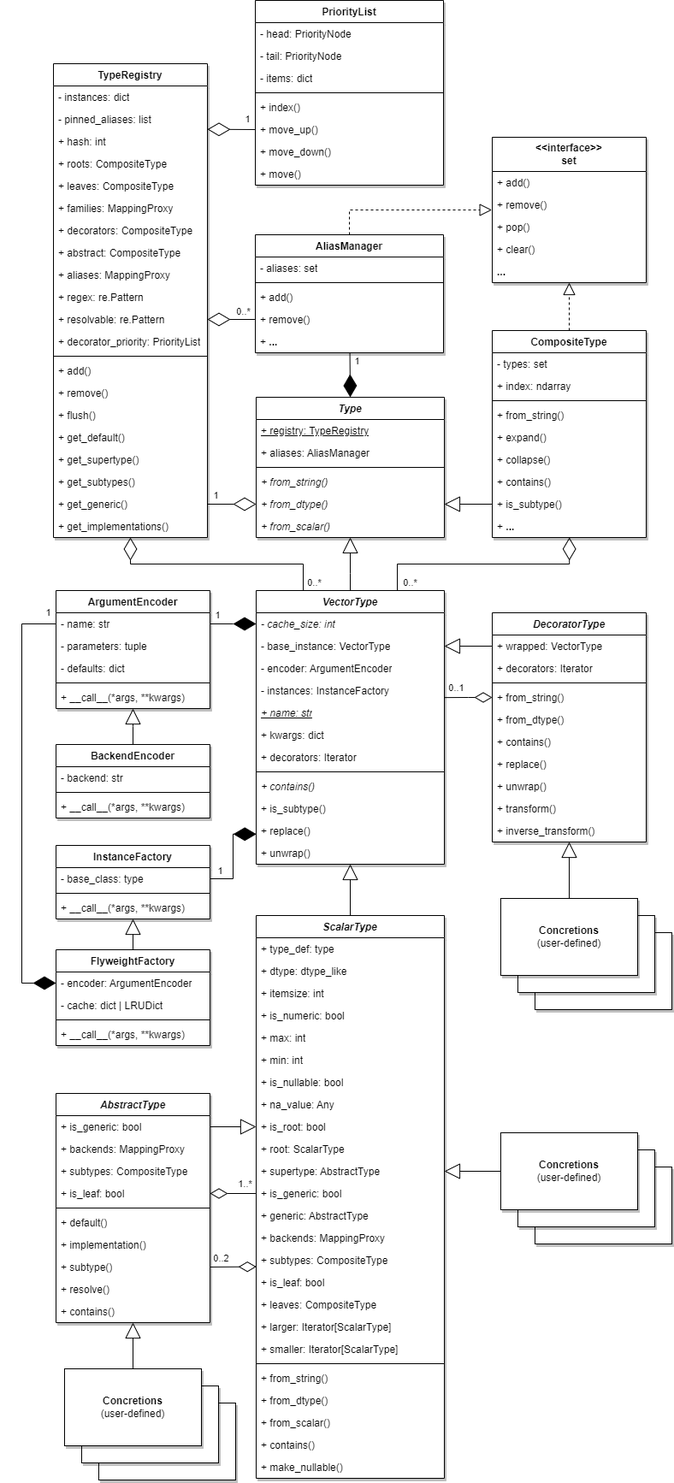
The draw.io diagram docs/source/images/types/Types_UML.png in eerkela/bertrand, before a commit. Source tidied: cells renumbered, new cells last; positions are measured from the earlier drawing's top-left corner, leaving out a move shared by most shapes.
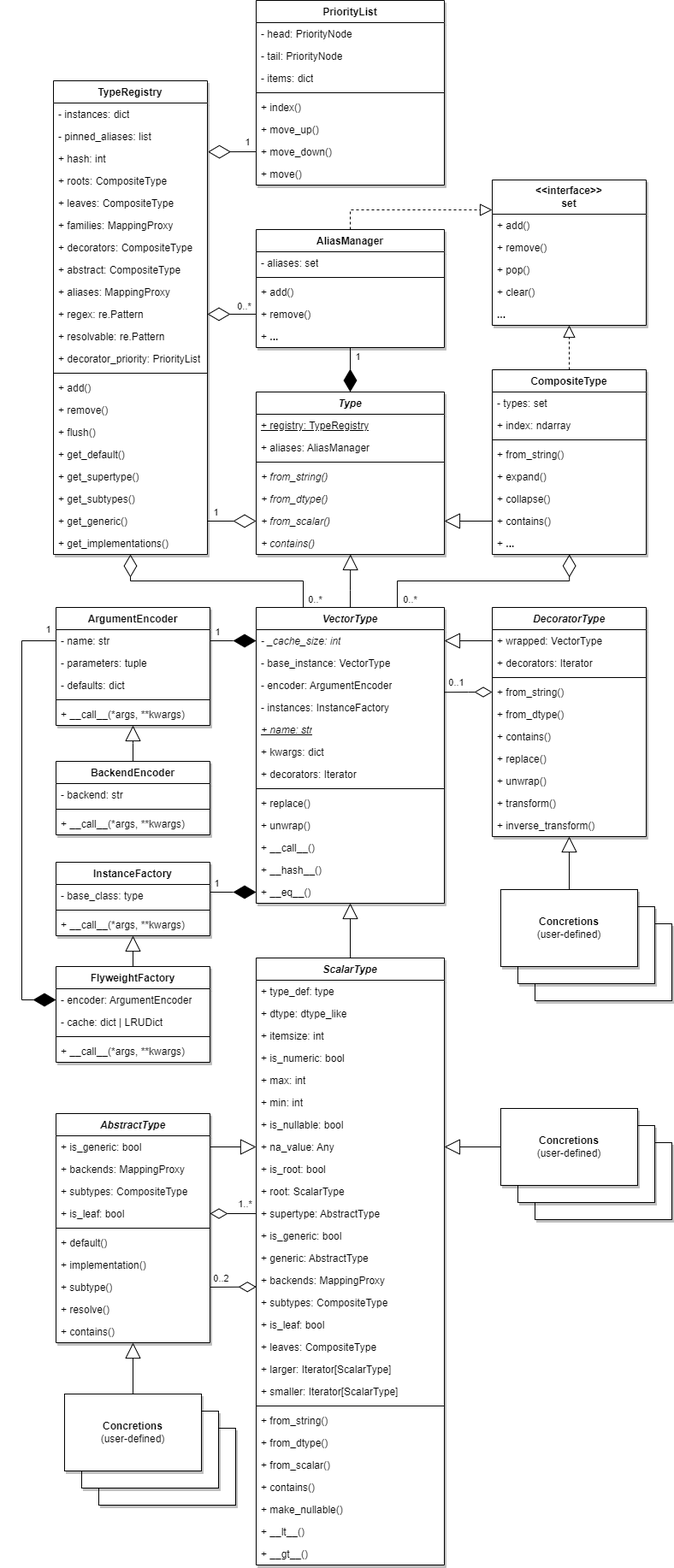
The same file after the commit.

Diff of the diagram source:
```diff
@@ -4,6 +4,6 @@
     <mxCell id="1" value="abstract" parent="0" />
-    <mxCell id="2" value="1..*" style="endArrow=none;html=1;endSize=12;startArrow=diamondThin;startSize=18;startFill=0;align=center;verticalAlign=middle;rounded=0;endFill=0;labelPosition=center;verticalLabelPosition=middle;horizontal=1;exitX=1;exitY=0.5;exitDx=0;exitDy=0;entryX=0;entryY=0.5;entryDx=0;entryDy=0;" parent="1" edge="1" source="8" target="33">
+    <mxCell id="2" value="1..*" style="endArrow=none;html=1;endSize=12;startArrow=diamondThin;startSize=18;startFill=0;align=center;verticalAlign=middle;rounded=0;endFill=0;labelPosition=center;verticalLabelPosition=middle;horizontal=1;exitX=1;exitY=0.5;exitDx=0;exitDy=0;entryX=0;entryY=0.5;entryDx=0;entryDy=0;" parent="1" edge="1" source="8" target="32">
       <mxGeometry x="0.51" y="11" relative="1" as="geometry" />
     </mxCell>
-    <mxCell id="3" value="0..2" style="endArrow=none;html=1;endSize=12;startArrow=diamondThin;startSize=18;startFill=0;align=center;verticalAlign=middle;rounded=0;endFill=0;labelPosition=center;verticalLabelPosition=middle;horizontal=1;exitX=0.001;exitY=0.793;exitDx=0;exitDy=0;entryX=1;entryY=0.5;entryDx=0;entryDy=0;exitPerimeter=0;" parent="1" edge="1" source="36" target="12">
+    <mxCell id="3" value="0..2" style="endArrow=none;html=1;endSize=12;startArrow=diamondThin;startSize=18;startFill=0;align=center;verticalAlign=middle;rounded=0;endFill=0;labelPosition=center;verticalLabelPosition=middle;horizontal=1;exitX=0.001;exitY=0.796;exitDx=0;exitDy=0;entryX=1;entryY=0.5;entryDx=0;entryDy=0;exitPerimeter=0;" parent="1" edge="1" source="35" target="12">
       <mxGeometry x="0.51" y="-10" relative="1" as="geometry" />
@@ -11,3 +11,3 @@
     <mxCell id="4" value="&lt;i&gt;AbstractType&lt;/i&gt;" style="swimlane;fontStyle=1;align=center;verticalAlign=top;horizontal=1;startSize=26;whiteSpace=wrap;html=1;swimlaneFillColor=default;shadow=1;" parent="1" vertex="1">
-      <mxGeometry x="40" y="1278" width="180" height="268" as="geometry" />
+      <mxGeometry x="40" y="1282" width="180" height="268" as="geometry" />
     </mxCell>
@@ -43,3 +43,3 @@
     </mxCell>
-    <mxCell id="15" style="endArrow=block;endSize=16;endFill=0;html=1;rounded=0;exitX=1;exitY=0.5;exitDx=0;exitDy=0;entryX=0;entryY=0.5;entryDx=0;entryDy=0;" parent="1" edge="1" source="5" target="30">
+    <mxCell id="15" style="endArrow=block;endSize=16;endFill=0;html=1;rounded=0;exitX=1;exitY=0.5;exitDx=0;exitDy=0;entryX=0;entryY=0.5;entryDx=0;entryDy=0;" parent="1" edge="1" source="5" target="29">
       <mxGeometry relative="1" as="geometry" />
@@ -47,9 +47,9 @@
     <mxCell id="16" style="html=1;whiteSpace=wrap;shadow=1;" parent="1" vertex="1">
-      <mxGeometry x="90" y="1640" width="160" height="90" as="geometry" />
+      <mxGeometry x="90" y="1650" width="160" height="90" as="geometry" />
     </mxCell>
     <mxCell id="17" style="html=1;whiteSpace=wrap;shadow=1;" parent="1" vertex="1">
-      <mxGeometry x="70" y="1620" width="160" height="90" as="geometry" />
+      <mxGeometry x="70" y="1630" width="160" height="90" as="geometry" />
     </mxCell>
     <mxCell id="18" value="&lt;b&gt;Concretions&lt;/b&gt;&lt;br&gt;(user-defined)" style="html=1;whiteSpace=wrap;shadow=1;" parent="1" vertex="1">
-      <mxGeometry x="50" y="1600" width="160" height="90" as="geometry" />
+      <mxGeometry x="50" y="1610" width="160" height="90" as="geometry" />
     </mxCell>
@@ -60,3 +60,3 @@
     <mxCell id="21" value="&lt;i&gt;ScalarType&lt;/i&gt;" style="swimlane;fontStyle=1;align=center;verticalAlign=top;horizontal=1;startSize=26;whiteSpace=wrap;html=1;swimlaneFillColor=default;shadow=1;" parent="20" vertex="1">
-      <mxGeometry x="274" y="1070" width="220" height="658" as="geometry" />
+      <mxGeometry x="274" y="1100" width="220" height="710" as="geometry" />
     </mxCell>
@@ -137,3 +137,9 @@
     </mxCell>
+    <mxCell id="189" value="+ __lt__()" style="text;strokeColor=none;fillColor=none;align=left;verticalAlign=top;spacingLeft=4;spacingRight=4;overflow=hidden;whiteSpace=wrap;html=1;" parent="21" vertex="1">
+      <mxGeometry y="658" width="220" height="26" as="geometry" />
+    </mxCell>
+    <mxCell id="190" value="+ __gt__()" style="text;strokeColor=none;fillColor=none;align=left;verticalAlign=top;spacingLeft=4;spacingRight=4;overflow=hidden;whiteSpace=wrap;html=1;" parent="21" vertex="1">
+      <mxGeometry y="684" width="220" height="26" as="geometry" />
+    </mxCell>
-    <mxCell id="47" style="endArrow=block;endSize=16;endFill=0;html=1;rounded=0;exitX=0.5;exitY=0;exitDx=0;exitDy=0;" parent="20" edge="1" source="21" target="83">
+    <mxCell id="47" style="endArrow=block;endSize=16;endFill=0;html=1;rounded=0;exitX=0.5;exitY=0;exitDx=0;exitDy=0;" parent="20" edge="1" source="21" target="71">
       <mxGeometry relative="1" as="geometry" />
@@ -141,11 +147,11 @@
     <mxCell id="48" style="html=1;whiteSpace=wrap;shadow=1;" parent="20" vertex="1">
-      <mxGeometry x="600" y="1364" width="160" height="90" as="geometry" />
+      <mxGeometry x="600" y="1316" width="160" height="90" as="geometry" />
     </mxCell>
     <mxCell id="49" style="html=1;whiteSpace=wrap;shadow=1;" parent="20" vertex="1">
-      <mxGeometry x="580" y="1344" width="160" height="90" as="geometry" />
+      <mxGeometry x="580" y="1296" width="160" height="90" as="geometry" />
     </mxCell>
     <mxCell id="50" value="&lt;b&gt;Concretions&lt;/b&gt;&lt;br&gt;(user-defined)" style="html=1;whiteSpace=wrap;shadow=1;" parent="20" vertex="1">
-      <mxGeometry x="560" y="1324" width="160" height="90" as="geometry" />
+      <mxGeometry x="560" y="1276" width="160" height="90" as="geometry" />
     </mxCell>
-    <mxCell id="51" style="endArrow=block;endSize=16;endFill=0;html=1;rounded=0;exitX=0;exitY=0.5;exitDx=0;exitDy=0;entryX=1;entryY=0.5;entryDx=0;entryDy=0;" parent="20" edge="1" source="50" target="32">
+    <mxCell id="51" style="endArrow=block;endSize=16;endFill=0;html=1;rounded=0;exitX=0;exitY=0.5;exitDx=0;exitDy=0;entryX=1;entryY=0.5;entryDx=0;entryDy=0;" parent="20" edge="1" source="50" target="29">
       <mxGeometry relative="1" as="geometry" />
@@ -154,3 +160,3 @@
     <mxCell id="53" value="&lt;i&gt;DecoratorType&lt;/i&gt;" style="swimlane;fontStyle=1;align=center;verticalAlign=top;horizontal=1;startSize=26;whiteSpace=wrap;html=1;swimlaneFillColor=default;shadow=1;" parent="52" vertex="1">
-      <mxGeometry x="550" y="716" width="180" height="268" as="geometry" />
+      <mxGeometry x="550" y="690" width="180" height="268" as="geometry" />
     </mxCell>
@@ -186,6 +192,6 @@
     </mxCell>
-    <mxCell id="64" value="0..1" style="endArrow=none;html=1;endSize=12;startArrow=diamondThin;startSize=18;startFill=0;edgeStyle=orthogonalEdgeStyle;align=center;verticalAlign=middle;rounded=0;endFill=0;labelPosition=center;verticalLabelPosition=middle;horizontal=1;entryX=1.001;entryY=0.813;entryDx=0;entryDy=0;exitX=0;exitY=0.5;exitDx=0;exitDy=0;entryPerimeter=0;" parent="52" edge="1" source="57" target="75">
+    <mxCell id="64" value="0..1" style="endArrow=none;html=1;endSize=12;startArrow=diamondThin;startSize=18;startFill=0;edgeStyle=orthogonalEdgeStyle;align=center;verticalAlign=middle;rounded=0;endFill=0;labelPosition=center;verticalLabelPosition=middle;horizontal=1;entryX=0.999;entryY=0.816;entryDx=0;entryDy=0;exitX=0;exitY=0.5;exitDx=0;exitDy=0;entryPerimeter=0;" parent="52" edge="1" source="57" target="74">
       <mxGeometry x="0.5" y="-11" relative="1" as="geometry" />
     </mxCell>
-    <mxCell id="65" style="endArrow=block;endSize=16;endFill=0;html=1;rounded=0;exitX=0;exitY=0.5;exitDx=0;exitDy=0;entryX=1;entryY=0.5;entryDx=0;entryDy=0;" parent="52" edge="1" source="54" target="73">
+    <mxCell id="65" style="endArrow=block;endSize=16;endFill=0;html=1;rounded=0;exitX=0;exitY=0.5;exitDx=0;exitDy=0;entryX=1;entryY=0.5;entryDx=0;entryDy=0;" parent="52" edge="1" source="54" target="72">
       <mxGeometry relative="1" as="geometry" />
@@ -193,9 +199,9 @@
     <mxCell id="66" style="html=1;whiteSpace=wrap;shadow=1;" parent="52" vertex="1">
-      <mxGeometry x="600" y="1090" width="160" height="90" as="geometry" />
+      <mxGeometry x="600" y="1060" width="160" height="90" as="geometry" />
     </mxCell>
     <mxCell id="67" style="html=1;whiteSpace=wrap;shadow=1;" parent="52" vertex="1">
-      <mxGeometry x="580" y="1070" width="160" height="90" as="geometry" />
+      <mxGeometry x="580" y="1040" width="160" height="90" as="geometry" />
     </mxCell>
     <mxCell id="68" value="&lt;b&gt;Concretions&lt;/b&gt;&lt;br&gt;(user-defined)" style="html=1;whiteSpace=wrap;shadow=1;" parent="52" vertex="1">
-      <mxGeometry x="560" y="1050" width="160" height="90" as="geometry" />
+      <mxGeometry x="560" y="1020" width="160" height="90" as="geometry" />
     </mxCell>
@@ -206,5 +212,5 @@
     <mxCell id="71" value="&lt;i&gt;VectorType&lt;/i&gt;" style="swimlane;fontStyle=1;align=center;verticalAlign=top;horizontal=1;startSize=26;whiteSpace=wrap;html=1;swimlaneFillColor=default;gradientColor=none;shadow=1;" parent="70" vertex="1">
-      <mxGeometry x="274" y="690" width="220" height="320" as="geometry" />
+      <mxGeometry x="274" y="690" width="220" height="346" as="geometry" />
     </mxCell>
-    <mxCell id="72" value="- cache_size: int" style="text;strokeColor=none;fillColor=none;align=left;verticalAlign=top;spacingLeft=4;spacingRight=4;overflow=hidden;points=[[0,0.5],[1,0.5]];portConstraint=eastwest;whiteSpace=wrap;html=1;fontStyle=2;" parent="71" vertex="1">
+    <mxCell id="72" value="- _cache_size: int" style="text;strokeColor=none;fillColor=none;align=left;verticalAlign=top;spacingLeft=4;spacingRight=4;overflow=hidden;points=[[0,0.5],[1,0.5]];portConstraint=eastwest;whiteSpace=wrap;html=1;fontStyle=2;" parent="71" vertex="1">
       <mxGeometry y="26" width="220" height="26" as="geometry" />
@@ -232,14 +238,17 @@
     </mxCell>
-    <mxCell id="80" value="+ contains()" style="text;strokeColor=none;fillColor=none;align=left;verticalAlign=top;spacingLeft=4;spacingRight=4;overflow=hidden;points=[[0,0.5],[1,0.5]];portConstraint=eastwest;whiteSpace=wrap;html=1;fontStyle=2;" parent="71" vertex="1">
-      <mxGeometry y="216" width="220" height="26" as="geometry" />
-    </mxCell>
-    <mxCell id="81" value="+ is_subtype()" style="text;strokeColor=none;fillColor=none;align=left;verticalAlign=top;spacingLeft=4;spacingRight=4;overflow=hidden;whiteSpace=wrap;html=1;" parent="71" vertex="1">
-      <mxGeometry y="242" width="220" height="26" as="geometry" />
-    </mxCell>
     <mxCell id="82" value="+ replace()" style="text;strokeColor=none;fillColor=none;align=left;verticalAlign=top;spacingLeft=4;spacingRight=4;overflow=hidden;points=[[0,0.5],[1,0.5]];portConstraint=eastwest;whiteSpace=wrap;html=1;" parent="71" vertex="1">
-      <mxGeometry y="268" width="220" height="26" as="geometry" />
+      <mxGeometry y="216" width="220" height="26" as="geometry" />
     </mxCell>
     <mxCell id="83" value="+ unwrap()" style="text;strokeColor=none;fillColor=none;align=left;verticalAlign=top;spacingLeft=4;spacingRight=4;overflow=hidden;points=[[0,0.5],[1,0.5]];portConstraint=eastwest;whiteSpace=wrap;html=1;" parent="71" vertex="1">
-      <mxGeometry y="294" width="220" height="26" as="geometry" />
+      <mxGeometry y="242" width="220" height="26" as="geometry" />
     </mxCell>
+    <mxCell id="191" value="+ __call__()" style="text;strokeColor=none;fillColor=none;align=left;verticalAlign=top;spacingLeft=4;spacingRight=4;overflow=hidden;whiteSpace=wrap;html=1;" parent="71" vertex="1">
+      <mxGeometry y="268" width="220" height="26" as="geometry" />
+    </mxCell>
+    <mxCell id="192" value="+ __hash__()" style="text;strokeColor=none;fillColor=none;align=left;verticalAlign=top;spacingLeft=4;spacingRight=4;overflow=hidden;whiteSpace=wrap;html=1;" parent="71" vertex="1">
+      <mxGeometry y="294" width="220" height="26" as="geometry" />
+    </mxCell>
+    <mxCell id="193" value="+ __eq__()" style="text;strokeColor=none;fillColor=none;align=left;verticalAlign=top;spacingLeft=4;spacingRight=4;overflow=hidden;points=[[0,0.5],[1,0.5]];portConstraint=eastwest;whiteSpace=wrap;html=1;" parent="71" vertex="1">
+      <mxGeometry y="320" width="220" height="26" as="geometry" />
+    </mxCell>
     <mxCell id="84" value="InstanceFactory" style="swimlane;fontStyle=1;align=center;verticalAlign=top;horizontal=1;startSize=26;whiteSpace=wrap;html=1;swimlaneFillColor=default;shadow=1;" parent="70" vertex="1">
@@ -315,3 +324,3 @@
     </mxCell>
-    <mxCell id="105" style="endArrow=block;endSize=16;endFill=0;html=1;rounded=0;exitX=0.5;exitY=0;exitDx=0;exitDy=0;edgeStyle=elbowEdgeStyle;elbow=vertical;entryX=0.5;entryY=0.998;entryDx=0;entryDy=0;entryPerimeter=0;" parent="70" edge="1" source="71" target="188">
+    <mxCell id="105" style="endArrow=block;endSize=16;endFill=0;html=1;rounded=0;exitX=0.5;exitY=0;exitDx=0;exitDy=0;edgeStyle=elbowEdgeStyle;elbow=vertical;entryX=0.501;entryY=0.997;entryDx=0;entryDy=0;entryPerimeter=0;" parent="70" edge="1" source="71" target="80">
       <mxGeometry relative="1" as="geometry">
@@ -342,3 +351,3 @@
     </mxCell>
-    <mxCell id="112" style="endArrow=diamondThin;endFill=1;endSize=24;html=1;rounded=0;exitX=1;exitY=0.5;exitDx=0;exitDy=0;entryX=0.001;entryY=0.647;entryDx=0;entryDy=0;entryPerimeter=0;edgeStyle=elbowEdgeStyle;" parent="70" edge="1" source="85" target="82">
+    <mxCell id="112" style="endArrow=diamondThin;endFill=1;endSize=24;html=1;rounded=0;exitX=1;exitY=0.346;exitDx=0;exitDy=0;entryX=0;entryY=0.5;entryDx=0;entryDy=0;edgeStyle=elbowEdgeStyle;exitPerimeter=0;" parent="70" edge="1" source="85" target="193">
       <mxGeometry relative="1" as="geometry" />
@@ -352,3 +361,3 @@
     <mxCell id="115" value="CompositeType" style="swimlane;fontStyle=1;align=center;verticalAlign=top;horizontal=1;startSize=26;whiteSpace=wrap;html=1;swimlaneFillColor=default;strokeColor=default;shadow=1;" parent="114" vertex="1">
-      <mxGeometry x="550" y="386" width="180" height="242" as="geometry" />
+      <mxGeometry x="550" y="412" width="180" height="216" as="geometry" />
     </mxCell>
@@ -375,10 +384,7 @@
     </mxCell>
-    <mxCell id="123" value="+ is_subtype()" style="text;strokeColor=none;fillColor=none;align=left;verticalAlign=top;spacingLeft=4;spacingRight=4;overflow=hidden;points=[[0,0.5],[1,0.5]];portConstraint=eastwest;whiteSpace=wrap;html=1;" parent="115" vertex="1">
-      <mxGeometry y="190" width="180" height="26" as="geometry" />
-    </mxCell>
     <mxCell id="124" value="+ &lt;b&gt;...&lt;/b&gt;" style="text;strokeColor=none;fillColor=none;align=left;verticalAlign=top;spacingLeft=4;spacingRight=4;overflow=hidden;points=[[0,0.5],[1,0.5]];portConstraint=eastwest;whiteSpace=wrap;html=1;" parent="115" vertex="1">
-      <mxGeometry y="216" width="180" height="26" as="geometry" />
+      <mxGeometry y="190" width="180" height="26" as="geometry" />
     </mxCell>
     <mxCell id="125" value="&lt;b&gt;&amp;lt;&amp;lt;interface&amp;gt;&amp;gt;&lt;br&gt;set&lt;/b&gt;" style="swimlane;fontStyle=0;horizontal=1;startSize=40;fillColor=default;whiteSpace=wrap;html=1;swimlaneFillColor=default;shadow=1;" parent="114" vertex="1">
-      <mxGeometry x="550" y="160" width="180" height="170" as="geometry" />
+      <mxGeometry x="550" y="190" width="180" height="170" as="geometry" />
     </mxCell>
@@ -402,3 +408,3 @@
     </mxCell>
-    <mxCell id="132" style="endArrow=block;endSize=16;endFill=0;html=1;rounded=0;entryX=1;entryY=0.5;entryDx=0;entryDy=0;exitX=0;exitY=0.5;exitDx=0;exitDy=0;" parent="114" edge="1" source="123" target="187">
+    <mxCell id="132" style="endArrow=block;endSize=16;endFill=0;html=1;rounded=0;entryX=1;entryY=0.5;entryDx=0;entryDy=0;exitX=0;exitY=0.5;exitDx=0;exitDy=0;" parent="114" edge="1" source="122" target="188">
       <mxGeometry relative="1" as="geometry" />
@@ -481,3 +487,3 @@
     <mxCell id="158" value="AliasManager" style="swimlane;fontStyle=1;align=center;verticalAlign=top;horizontal=1;startSize=26;whiteSpace=wrap;html=1;swimlaneFillColor=default;shadow=1;" parent="135" vertex="1">
-      <mxGeometry x="273" y="274" width="220" height="138" as="geometry" />
+      <mxGeometry x="274" y="248" width="220" height="138" as="geometry" />
     </mxCell>
@@ -498,3 +504,3 @@
     </mxCell>
-    <mxCell id="164" style="endArrow=diamondThin;endFill=0;endSize=24;html=1;rounded=0;entryX=0;entryY=0.5;entryDx=0;entryDy=0;exitX=1;exitY=0.5;exitDx=0;exitDy=0;" parent="135" edge="1" source="156" target="187">
+    <mxCell id="164" style="endArrow=diamondThin;endFill=0;endSize=24;html=1;rounded=0;entryX=0;entryY=0.5;entryDx=0;entryDy=0;exitX=1;exitY=0.5;exitDx=0;exitDy=0;" parent="135" edge="1" source="156" target="188">
       <mxGeometry relative="1" as="geometry" />
@@ -514,3 +520,3 @@
     </mxCell>
-    <mxCell id="168" style="endArrow=diamondThin;endFill=0;endSize=24;html=1;rounded=0;entryX=1;entryY=0.5;entryDx=0;entryDy=0;exitX=0;exitY=0.5;exitDx=0;exitDy=0;" parent="135" edge="1" source="162" target="147">
+    <mxCell id="168" style="endArrow=diamondThin;endFill=0;endSize=24;html=1;rounded=0;entryX=1;entryY=0.5;entryDx=0;entryDy=0;exitX=0;exitY=0.5;exitDx=0;exitDy=0;" parent="135" edge="1" source="162" target="146">
       <mxGeometry relative="1" as="geometry" />
@@ -523,3 +529,3 @@
     <mxCell id="170" value="PriorityList" style="swimlane;fontStyle=1;align=center;verticalAlign=top;horizontal=1;startSize=26;whiteSpace=wrap;html=1;swimlaneFillColor=default;shadow=1;" parent="135" vertex="1">
-      <mxGeometry x="273" width="220" height="216" as="geometry" />
+      <mxGeometry x="274" y="-20" width="220" height="216" as="geometry" />
     </mxCell>
@@ -549,7 +555,6 @@
     </mxCell>
-    <mxCell id="179" style="endArrow=block;dashed=1;endFill=0;endSize=12;html=1;rounded=0;exitX=0.5;exitY=0;exitDx=0;exitDy=0;edgeStyle=elbowEdgeStyle;elbow=vertical;entryX=-0.002;entryY=0.736;entryDx=0;entryDy=0;entryPerimeter=0;" parent="135" edge="1" source="158" target="127">
+    <mxCell id="179" style="endArrow=block;dashed=1;endFill=0;endSize=12;html=1;rounded=0;exitX=0.5;exitY=0;exitDx=0;exitDy=0;edgeStyle=elbowEdgeStyle;elbow=vertical;" parent="135" edge="1" source="158" target="125">
       <mxGeometry relative="1" as="geometry">
         <Array as="points">
-          <mxPoint x="463" y="245" />
-          <mxPoint x="470" y="250" />
+          <mxPoint x="468" y="225" />
         </Array>
@@ -557,3 +562,3 @@
     </mxCell>
-    <mxCell id="180" style="endArrow=diamondThin;endFill=0;endSize=24;html=1;rounded=0;entryX=1;entryY=0.951;entryDx=0;entryDy=0;exitX=0;exitY=0.5;exitDx=0;exitDy=0;entryPerimeter=0;" parent="135" edge="1" source="176" target="138">
+    <mxCell id="180" style="endArrow=diamondThin;endFill=0;endSize=24;html=1;rounded=0;entryX=1.003;entryY=0.197;entryDx=0;entryDy=0;exitX=0;exitY=0.5;exitDx=0;exitDy=0;entryPerimeter=0;" parent="135" edge="1" source="177" target="139">
       <mxGeometry relative="1" as="geometry" />
@@ -566,3 +571,3 @@
     <mxCell id="182" value="&lt;i&gt;Type&lt;/i&gt;" style="swimlane;fontStyle=1;align=center;verticalAlign=top;horizontal=1;startSize=26;whiteSpace=wrap;html=1;shadow=1;swimlaneFillColor=default;" parent="135" vertex="1">
-      <mxGeometry x="274" y="464" width="220" height="164" as="geometry" />
+      <mxGeometry x="274" y="438" width="220" height="190" as="geometry" />
     </mxCell>
@@ -586,2 +591,5 @@
     </mxCell>
+    <mxCell id="80" value="&lt;i&gt;+ contains()&lt;/i&gt;" style="text;strokeColor=none;fillColor=none;align=left;verticalAlign=top;spacingLeft=4;spacingRight=4;overflow=hidden;points=[[0,0.5],[1,0.5]];portConstraint=eastwest;whiteSpace=wrap;html=1;" parent="182" vertex="1">
+      <mxGeometry y="164" width="220" height="26" as="geometry" />
+    </mxCell>
   </root>
```
